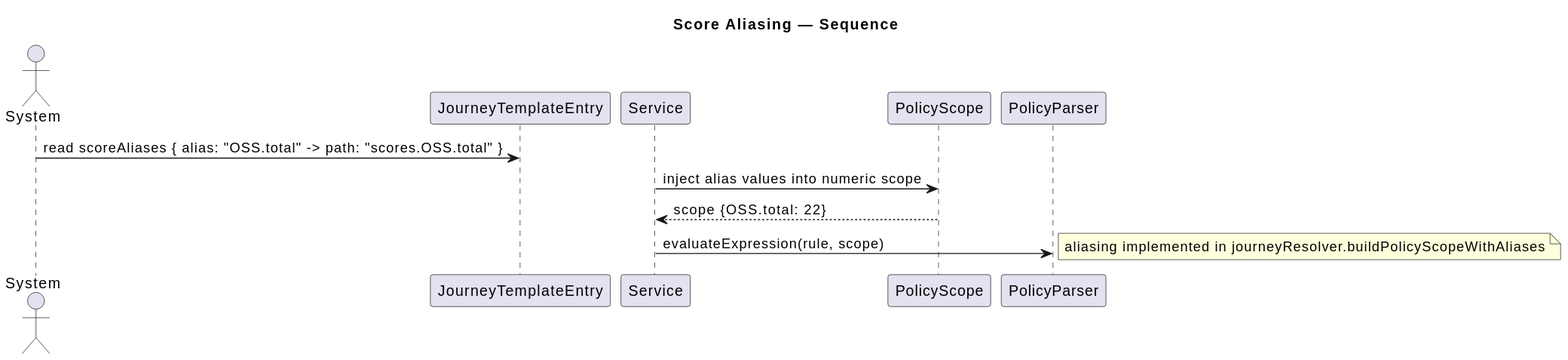
Earlier version of the PlantUML export docs/diagrams/score-aliasing.svg (gforge/DUK). Its diagram source:
```plantuml
@startuml
title Score Aliasing — Sequence

actor System
participant "JourneyTemplateEntry" as Entry
participant "Service" as Service
participant "PolicyScope" as Scope

System -> Entry : read scoreAliases { alias: "OSS.total" -> path: "scores.OSS.total" }
Service -> Scope : inject alias values into numeric scope
Scope --> Service : scope {OSS.total: 22}
Service -> PolicyParser : evaluateExpression(rule, scope)

note right: aliasing implemented in journeyResolver.buildPolicyScopeWithAliases
@enduml
```
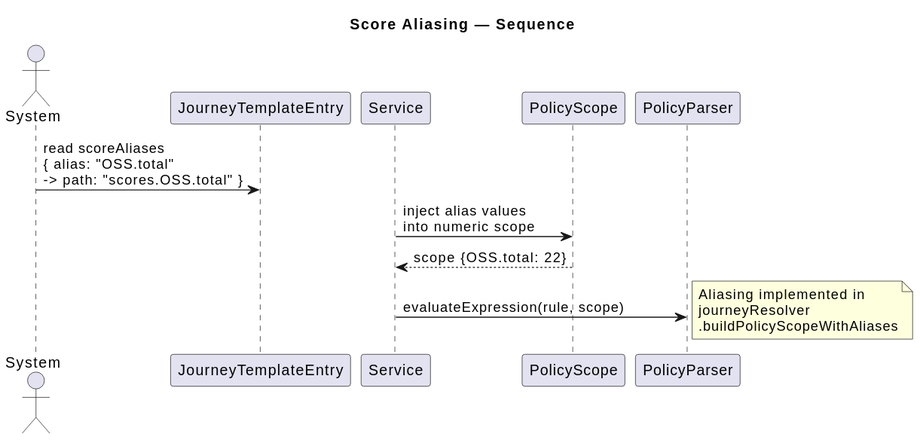
After the change.

The edit, as a diff of the source:
```diff
@@ -6,10 +6,14 @@
 participant "Service" as Service
 participant "PolicyScope" as Scope
 
-System -> Entry : read scoreAliases { alias: "OSS.total" -> path: "scores.OSS.total" }
-Service -> Scope : inject alias values into numeric scope
+System -> Entry : read scoreAliases\n{ alias: "OSS.total"\n-> path: "scores.OSS.total" }
+Service -> Scope : inject alias values\ninto numeric scope
 Scope --> Service : scope {OSS.total: 22}
 Service -> PolicyParser : evaluateExpression(rule, scope)
 
-note right: aliasing implemented in journeyResolver.buildPolicyScopeWithAliases
+note right
+  Aliasing implemented in
+  journeyResolver
+  .buildPolicyScopeWithAliases
+end note
 @enduml
```
